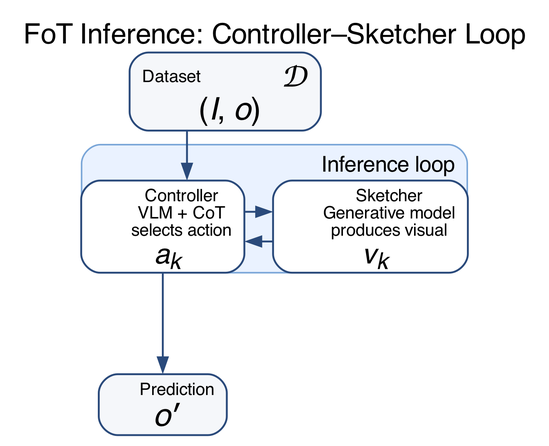
mashathepotato/visual-reasoning keeps this Graphviz diagram as diagrams/inference.png. Above is the earlier version. Its source is kept beside it as diagrams/inference.dot.
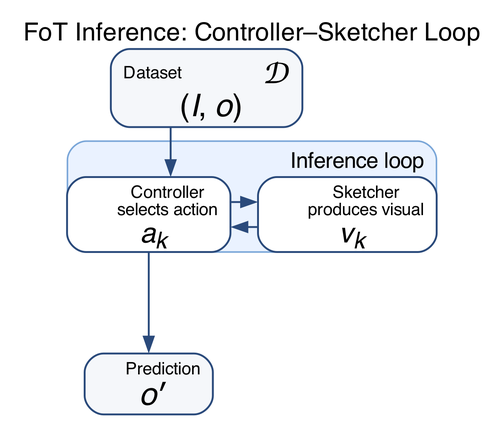
After the commit.

Commit message:
Tidy inference diagram labels

Diff of the diagram source:
```diff
@@ -1,7 +1,7 @@
 digraph Inference {
   graph [
     rankdir=TB,
-    fontsize=18,
+    fontsize=16,
     fontname="Helvetica",
     labelloc="t",
     label="FoT Inference: Controller–Sketcher Loop",
@@ -68,7 +68,6 @@
     controller [
       label=<
         <FONT FACE="Helvetica">Controller</FONT><BR/>
-        <FONT FACE="Helvetica">VLM + CoT</FONT><BR/>
         <FONT FACE="Helvetica">selects action</FONT><BR/>
         <FONT FACE="Times New Roman" POINT-SIZE="18"><I>a</I><SUB><I>k</I></SUB></FONT>
       >
@@ -77,7 +76,6 @@
     sketcher [
       label=<
         <FONT FACE="Helvetica">Sketcher</FONT><BR/>
-        <FONT FACE="Helvetica">Generative model</FONT><BR/>
         <FONT FACE="Helvetica">produces visual</FONT><BR/>
         <FONT FACE="Times New Roman" POINT-SIZE="18"><I>v</I><SUB><I>k</I></SUB></FONT>
       >
```
